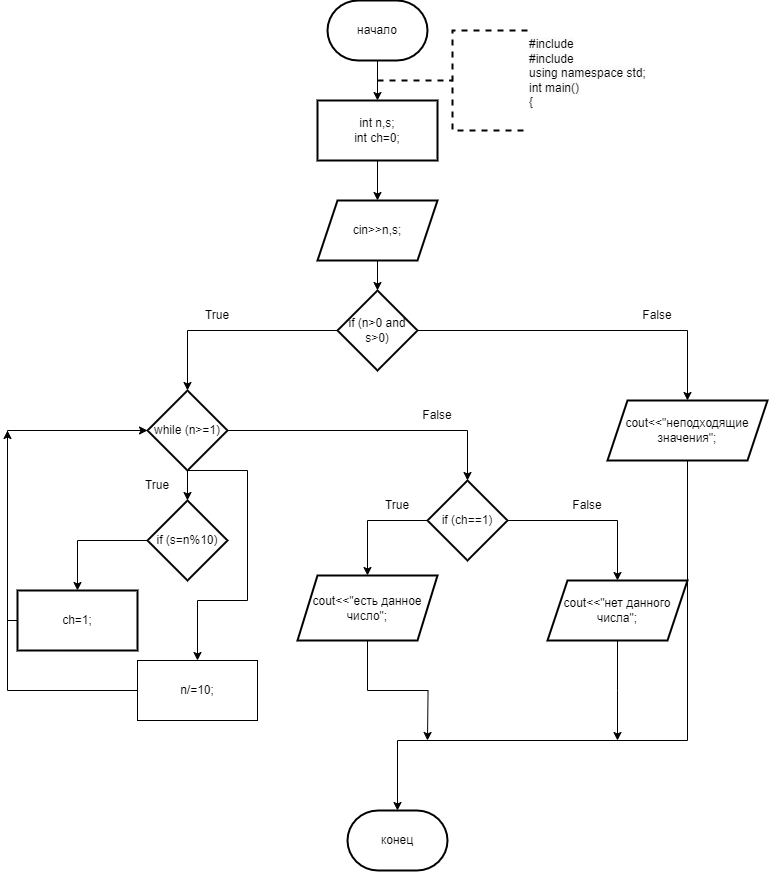
Earlier version of the draw.io export 2_15.drawio.png (ksinph/PSTU_LABS_2023). Source tidied: cells renumbered, new cells last; positions are measured from the earlier drawing's top-left corner, leaving out a move shared by most shapes.
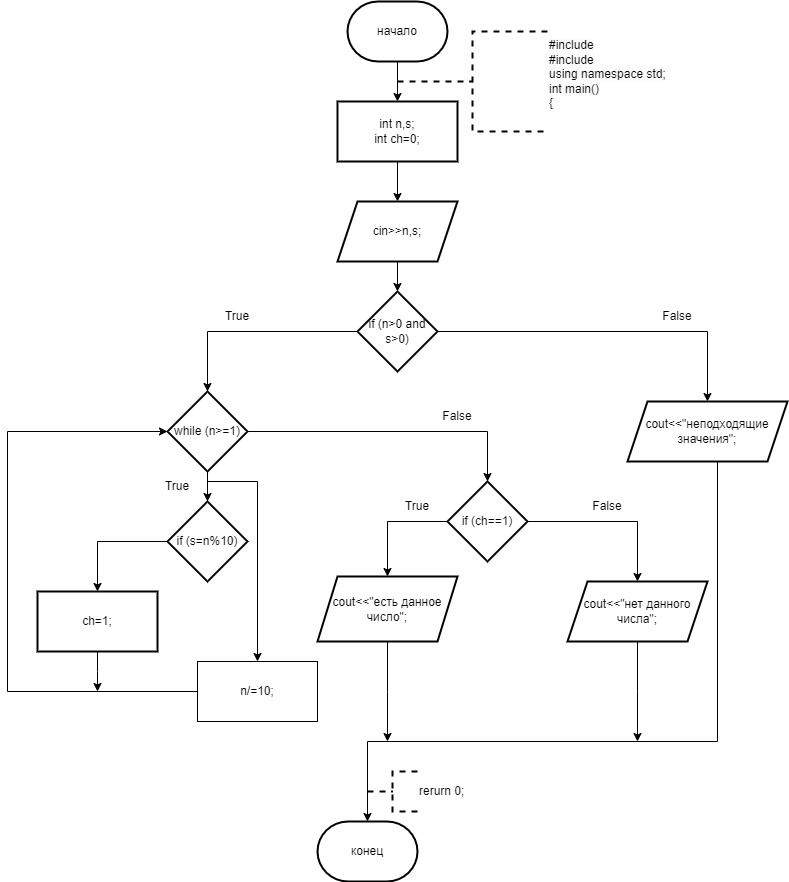
The same diagram one commit later.

Change to the diagram source:
```diff
@@ -32,18 +32,17 @@
     <mxCell id="11" style="edgeStyle=orthogonalEdgeStyle;rounded=0;jettySize=auto;html=1;" parent="1" edge="1" source="14" target="16">
       <mxGeometry relative="1" as="geometry" />
     </mxCell>
+    <mxCell id="13" style="edgeStyle=orthogonalEdgeStyle;rounded=0;jettySize=auto;html=1;" parent="1" edge="1" source="14" target="23">
+      <mxGeometry relative="1" as="geometry" />
+    </mxCell>
     <mxCell id="12" style="edgeStyle=orthogonalEdgeStyle;rounded=0;jettySize=auto;html=1;exitX=0.5;exitY=1;exitDx=0;exitDy=0;entryX=0.5;entryY=0;entryDx=0;entryDy=0;" parent="1" edge="1" source="14" target="20">
       <mxGeometry relative="1" as="geometry">
         <Array as="points">
-          <mxPoint x="240" y="470" />
-          <mxPoint x="240" y="600" />
-          <mxPoint x="190" y="600" />
+          <mxPoint x="180" y="480" />
+          <mxPoint x="230" y="480" />
         </Array>
       </mxGeometry>
     </mxCell>
-    <mxCell id="13" style="edgeStyle=orthogonalEdgeStyle;rounded=0;jettySize=auto;html=1;" parent="1" edge="1" source="14" target="23">
-      <mxGeometry relative="1" as="geometry" />
-    </mxCell>
     <mxCell id="14" value="while (n&amp;gt;=1)" style="rhombus;whiteSpace=wrap;html=1;strokeWidth=2;" parent="1" vertex="1">
       <mxGeometry x="140" y="390" width="80" height="80" as="geometry" />
     </mxCell>
@@ -53,27 +52,24 @@
     <mxCell id="16" value="if (s=n%10)" style="rhombus;whiteSpace=wrap;html=1;strokeWidth=2;" parent="1" vertex="1">
       <mxGeometry x="140" y="500" width="80" height="80" as="geometry" />
     </mxCell>
-    <mxCell id="17" style="edgeStyle=orthogonalEdgeStyle;rounded=0;jettySize=auto;html=1;exitX=0;exitY=0.5;exitDx=0;exitDy=0;" parent="1" edge="1" source="18">
-      <mxGeometry relative="1" as="geometry">
-        <mxPoint y="430" as="targetPoint" />
-        <Array as="points">
-          <mxPoint y="620" />
-        </Array>
-      </mxGeometry>
-    </mxCell>
+    <mxCell id="38" style="edgeStyle=orthogonalEdgeStyle;rounded=0;jettySize=auto;html=1;exitX=0.5;exitY=1;exitDx=0;exitDy=0;" parent="1" edge="1" source="18">
+      <mxGeometry relative="1" as="geometry">
+        <mxPoint x="70" y="690" as="targetPoint" />
+      </mxGeometry>
+    </mxCell>
     <mxCell id="18" value="ch=1;" style="whiteSpace=wrap;html=1;strokeWidth=2;" parent="1" vertex="1">
       <mxGeometry x="10" y="590" width="120" height="60" as="geometry" />
     </mxCell>
     <mxCell id="19" style="edgeStyle=orthogonalEdgeStyle;rounded=0;jettySize=auto;html=1;exitX=0;exitY=0.5;exitDx=0;exitDy=0;entryX=0;entryY=0.5;entryDx=0;entryDy=0;" parent="1" edge="1" source="20" target="14">
       <mxGeometry relative="1" as="geometry">
         <Array as="points">
-          <mxPoint y="690" />
-          <mxPoint y="430" />
+          <mxPoint x="-20" y="690" />
+          <mxPoint x="-20" y="430" />
         </Array>
       </mxGeometry>
     </mxCell>
     <mxCell id="20" value="n/=10;" style="rounded=0;whiteSpace=wrap;html=1;" parent="1" vertex="1">
-      <mxGeometry x="130" y="660" width="120" height="60" as="geometry" />
+      <mxGeometry x="170" y="660" width="120" height="60" as="geometry" />
     </mxCell>
     <mxCell id="21" style="edgeStyle=orthogonalEdgeStyle;rounded=0;jettySize=auto;html=1;" parent="1" edge="1" source="23" target="25">
       <mxGeometry relative="1" as="geometry">
@@ -90,7 +86,7 @@
     </mxCell>
     <mxCell id="24" style="edgeStyle=orthogonalEdgeStyle;rounded=0;jettySize=auto;html=1;exitX=0.5;exitY=1;exitDx=0;exitDy=0;" parent="1" edge="1" source="25">
       <mxGeometry relative="1" as="geometry">
-        <mxPoint x="420" y="740" as="targetPoint" />
+        <mxPoint x="360" y="740" as="targetPoint" />
       </mxGeometry>
     </mxCell>
     <mxCell id="25" value="cout&amp;lt;&amp;lt;&quot;есть данное число&quot;;" style="shape=parallelogram;perimeter=parallelogramPerimeter;whiteSpace=wrap;html=1;fixedSize=1;strokeWidth=2;" parent="1" vertex="1">
@@ -126,18 +122,22 @@
       <mxGeometry x="120" y="470" width="60" height="30" as="geometry" />
     </mxCell>
     <mxCell id="35" value="конец" style="strokeWidth=2;html=1;shape=mxgraph.flowchart.terminator;whiteSpace=wrap;" parent="1" vertex="1">
-      <mxGeometry x="340" y="810" width="100" height="60" as="geometry" />
+      <mxGeometry x="290" y="820" width="100" height="60" as="geometry" />
     </mxCell>
+    <mxCell id="37" value="&#10;&lt;span style=&quot;color: rgb(0, 0, 0); font-family: Helvetica; font-size: 12px; font-style: normal; font-variant-ligatures: normal; font-variant-caps: normal; font-weight: 400; letter-spacing: normal; orphans: 2; text-align: left; text-indent: 0px; text-transform: none; widows: 2; word-spacing: 0px; -webkit-text-stroke-width: 0px; background-color: rgb(251, 251, 251); text-decoration-thickness: initial; text-decoration-style: initial; text-decoration-color: initial; float: none; display: inline !important;&quot;&gt;#include&lt;/span&gt;&lt;br style=&quot;border-color: var(--border-color); color: rgb(0, 0, 0); font-family: Helvetica; font-size: 12px; font-style: normal; font-variant-ligatures: normal; font-variant-caps: normal; font-weight: 400; letter-spacing: normal; orphans: 2; text-align: left; text-indent: 0px; text-transform: none; widows: 2; word-spacing: 0px; -webkit-text-stroke-width: 0px; background-color: rgb(251, 251, 251); text-decoration-thickness: initial; text-decoration-style: initial; text-decoration-color: initial;&quot;&gt;&lt;span style=&quot;color: rgb(0, 0, 0); font-family: Helvetica; font-size: 12px; font-style: normal; font-variant-ligatures: normal; font-variant-caps: normal; font-weight: 400; letter-spacing: normal; orphans: 2; text-align: left; text-indent: 0px; text-transform: none; widows: 2; word-spacing: 0px; -webkit-text-stroke-width: 0px; background-color: rgb(251, 251, 251); text-decoration-thickness: initial; text-decoration-style: initial; text-decoration-color: initial; float: none; display: inline !important;&quot;&gt;#include&lt;/span&gt;&lt;br style=&quot;border-color: var(--border-color); color: rgb(0, 0, 0); font-family: Helvetica; font-size: 12px; font-style: normal; font-variant-ligatures: normal; font-variant-caps: normal; font-weight: 400; letter-spacing: normal; orphans: 2; text-align: left; text-indent: 0px; text-transform: none; widows: 2; word-spacing: 0px; -webkit-text-stroke-width: 0px; background-color: rgb(251, 251, 251); text-decoration-thickness: initial; text-decoration-style: initial; text-decoration-color: initial;&quot;&gt;&lt;span style=&quot;color: rgb(0, 0, 0); font-family: Helvetica; font-size: 12px; font-style: normal; font-variant-ligatures: normal; font-variant-caps: normal; font-weight: 400; letter-spacing: normal; orphans: 2; text-align: left; text-indent: 0px; text-transform: none; widows: 2; word-spacing: 0px; -webkit-text-stroke-width: 0px; background-color: rgb(251, 251, 251); text-decoration-thickness: initial; text-decoration-style: initial; text-decoration-color: initial; float: none; display: inline !important;&quot;&gt;using namespace std;&lt;/span&gt;&lt;br style=&quot;border-color: var(--border-color); color: rgb(0, 0, 0); font-family: Helvetica; font-size: 12px; font-style: normal; font-variant-ligatures: normal; font-variant-caps: normal; font-weight: 400; letter-spacing: normal; orphans: 2; text-align: left; text-indent: 0px; text-transform: none; widows: 2; word-spacing: 0px; -webkit-text-stroke-width: 0px; background-color: rgb(251, 251, 251); text-decoration-thickness: initial; text-decoration-style: initial; text-decoration-color: initial;&quot;&gt;&lt;span style=&quot;color: rgb(0, 0, 0); font-family: Helvetica; font-size: 12px; font-style: normal; font-variant-ligatures: normal; font-variant-caps: normal; font-weight: 400; letter-spacing: normal; orphans: 2; text-align: left; text-indent: 0px; text-transform: none; widows: 2; word-spacing: 0px; -webkit-text-stroke-width: 0px; background-color: rgb(251, 251, 251); text-decoration-thickness: initial; text-decoration-style: initial; text-decoration-color: initial; float: none; display: inline !important;&quot;&gt;int main()&lt;/span&gt;&lt;br style=&quot;border-color: var(--border-color); color: rgb(0, 0, 0); font-family: Helvetica; font-size: 12px; font-style: normal; font-variant-ligatures: normal; font-variant-caps: normal; font-weight: 400; letter-spacing: normal; orphans: 2; text-align: left; text-indent: 0px; text-transform: none; widows: 2; word-spacing: 0px; -webkit-text-stroke-width: 0px; background-color: rgb(251, 251, 251); text-decoration-thickness: initial; text-decoration-style: initial; text-decoration-color: initial;&quot;&gt;&lt;span style=&quot;color: rgb(0, 0, 0); font-family: Helvetica; font-size: 12px; font-style: normal; font-variant-ligatures: normal; font-variant-caps: normal; font-weight: 400; letter-spacing: normal; orphans: 2; text-align: left; text-indent: 0px; text-transform: none; widows: 2; word-spacing: 0px; -webkit-text-stroke-width: 0px; background-color: rgb(251, 251, 251); text-decoration-thickness: initial; text-decoration-style: initial; text-decoration-color: initial; float: none; display: inline !important;&quot;&gt;{&lt;/span&gt;&#10;&#10;" style="strokeWidth=2;html=1;shape=mxgraph.flowchart.annotation_2;align=left;labelPosition=right;dashed=1;" parent="1" vertex="1">
+      <mxGeometry x="370" y="30" width="150" height="100" as="geometry" />
+    </mxCell>
     <mxCell id="36" style="edgeStyle=orthogonalEdgeStyle;rounded=0;jettySize=auto;html=1;exitX=0.5;exitY=1;exitDx=0;exitDy=0;entryX=0.5;entryY=0;entryDx=0;entryDy=0;entryPerimeter=0;" parent="1" edge="1" source="28" target="35">
       <mxGeometry relative="1" as="geometry">
         <Array as="points">
-          <mxPoint x="680" y="740" />
-          <mxPoint x="390" y="740" />
+          <mxPoint x="690" y="460" />
+          <mxPoint x="690" y="740" />
+          <mxPoint x="340" y="740" />
         </Array>
       </mxGeometry>
     </mxCell>
-    <mxCell id="37" value="&#10;&lt;span style=&quot;color: rgb(0, 0, 0); font-family: Helvetica; font-size: 12px; font-style: normal; font-variant-ligatures: normal; font-variant-caps: normal; font-weight: 400; letter-spacing: normal; orphans: 2; text-align: left; text-indent: 0px; text-transform: none; widows: 2; word-spacing: 0px; -webkit-text-stroke-width: 0px; background-color: rgb(251, 251, 251); text-decoration-thickness: initial; text-decoration-style: initial; text-decoration-color: initial; float: none; display: inline !important;&quot;&gt;#include&lt;/span&gt;&lt;br style=&quot;border-color: var(--border-color); color: rgb(0, 0, 0); font-family: Helvetica; font-size: 12px; font-style: normal; font-variant-ligatures: normal; font-variant-caps: normal; font-weight: 400; letter-spacing: normal; orphans: 2; text-align: left; text-indent: 0px; text-transform: none; widows: 2; word-spacing: 0px; -webkit-text-stroke-width: 0px; background-color: rgb(251, 251, 251); text-decoration-thickness: initial; text-decoration-style: initial; text-decoration-color: initial;&quot;&gt;&lt;span style=&quot;color: rgb(0, 0, 0); font-family: Helvetica; font-size: 12px; font-style: normal; font-variant-ligatures: normal; font-variant-caps: normal; font-weight: 400; letter-spacing: normal; orphans: 2; text-align: left; text-indent: 0px; text-transform: none; widows: 2; word-spacing: 0px; -webkit-text-stroke-width: 0px; background-color: rgb(251, 251, 251); text-decoration-thickness: initial; text-decoration-style: initial; text-decoration-color: initial; float: none; display: inline !important;&quot;&gt;#include&lt;/span&gt;&lt;br style=&quot;border-color: var(--border-color); color: rgb(0, 0, 0); font-family: Helvetica; font-size: 12px; font-style: normal; font-variant-ligatures: normal; font-variant-caps: normal; font-weight: 400; letter-spacing: normal; orphans: 2; text-align: left; text-indent: 0px; text-transform: none; widows: 2; word-spacing: 0px; -webkit-text-stroke-width: 0px; background-color: rgb(251, 251, 251); text-decoration-thickness: initial; text-decoration-style: initial; text-decoration-color: initial;&quot;&gt;&lt;span style=&quot;color: rgb(0, 0, 0); font-family: Helvetica; font-size: 12px; font-style: normal; font-variant-ligatures: normal; font-variant-caps: normal; font-weight: 400; letter-spacing: normal; orphans: 2; text-align: left; text-indent: 0px; text-transform: none; widows: 2; word-spacing: 0px; -webkit-text-stroke-width: 0px; background-color: rgb(251, 251, 251); text-decoration-thickness: initial; text-decoration-style: initial; text-decoration-color: initial; float: none; display: inline !important;&quot;&gt;using namespace std;&lt;/span&gt;&lt;br style=&quot;border-color: var(--border-color); color: rgb(0, 0, 0); font-family: Helvetica; font-size: 12px; font-style: normal; font-variant-ligatures: normal; font-variant-caps: normal; font-weight: 400; letter-spacing: normal; orphans: 2; text-align: left; text-indent: 0px; text-transform: none; widows: 2; word-spacing: 0px; -webkit-text-stroke-width: 0px; background-color: rgb(251, 251, 251); text-decoration-thickness: initial; text-decoration-style: initial; text-decoration-color: initial;&quot;&gt;&lt;span style=&quot;color: rgb(0, 0, 0); font-family: Helvetica; font-size: 12px; font-style: normal; font-variant-ligatures: normal; font-variant-caps: normal; font-weight: 400; letter-spacing: normal; orphans: 2; text-align: left; text-indent: 0px; text-transform: none; widows: 2; word-spacing: 0px; -webkit-text-stroke-width: 0px; background-color: rgb(251, 251, 251); text-decoration-thickness: initial; text-decoration-style: initial; text-decoration-color: initial; float: none; display: inline !important;&quot;&gt;int main()&lt;/span&gt;&lt;br style=&quot;border-color: var(--border-color); color: rgb(0, 0, 0); font-family: Helvetica; font-size: 12px; font-style: normal; font-variant-ligatures: normal; font-variant-caps: normal; font-weight: 400; letter-spacing: normal; orphans: 2; text-align: left; text-indent: 0px; text-transform: none; widows: 2; word-spacing: 0px; -webkit-text-stroke-width: 0px; background-color: rgb(251, 251, 251); text-decoration-thickness: initial; text-decoration-style: initial; text-decoration-color: initial;&quot;&gt;&lt;span style=&quot;color: rgb(0, 0, 0); font-family: Helvetica; font-size: 12px; font-style: normal; font-variant-ligatures: normal; font-variant-caps: normal; font-weight: 400; letter-spacing: normal; orphans: 2; text-align: left; text-indent: 0px; text-transform: none; widows: 2; word-spacing: 0px; -webkit-text-stroke-width: 0px; background-color: rgb(251, 251, 251); text-decoration-thickness: initial; text-decoration-style: initial; text-decoration-color: initial; float: none; display: inline !important;&quot;&gt;{&lt;/span&gt;&#10;&#10;" style="strokeWidth=2;html=1;shape=mxgraph.flowchart.annotation_2;align=left;labelPosition=right;dashed=1;" parent="1" vertex="1">
-      <mxGeometry x="370" y="30" width="150" height="100" as="geometry" />
-    </mxCell>
+    <mxCell id="39" value="rerurn 0;" style="strokeWidth=2;html=1;shape=mxgraph.flowchart.annotation_2;align=left;labelPosition=right;dashed=1;" parent="1" vertex="1">
+      <mxGeometry x="340" y="770" width="50" height="40" as="geometry" />
+    </mxCell>
   </root>
 </mxGraphModel>
```
